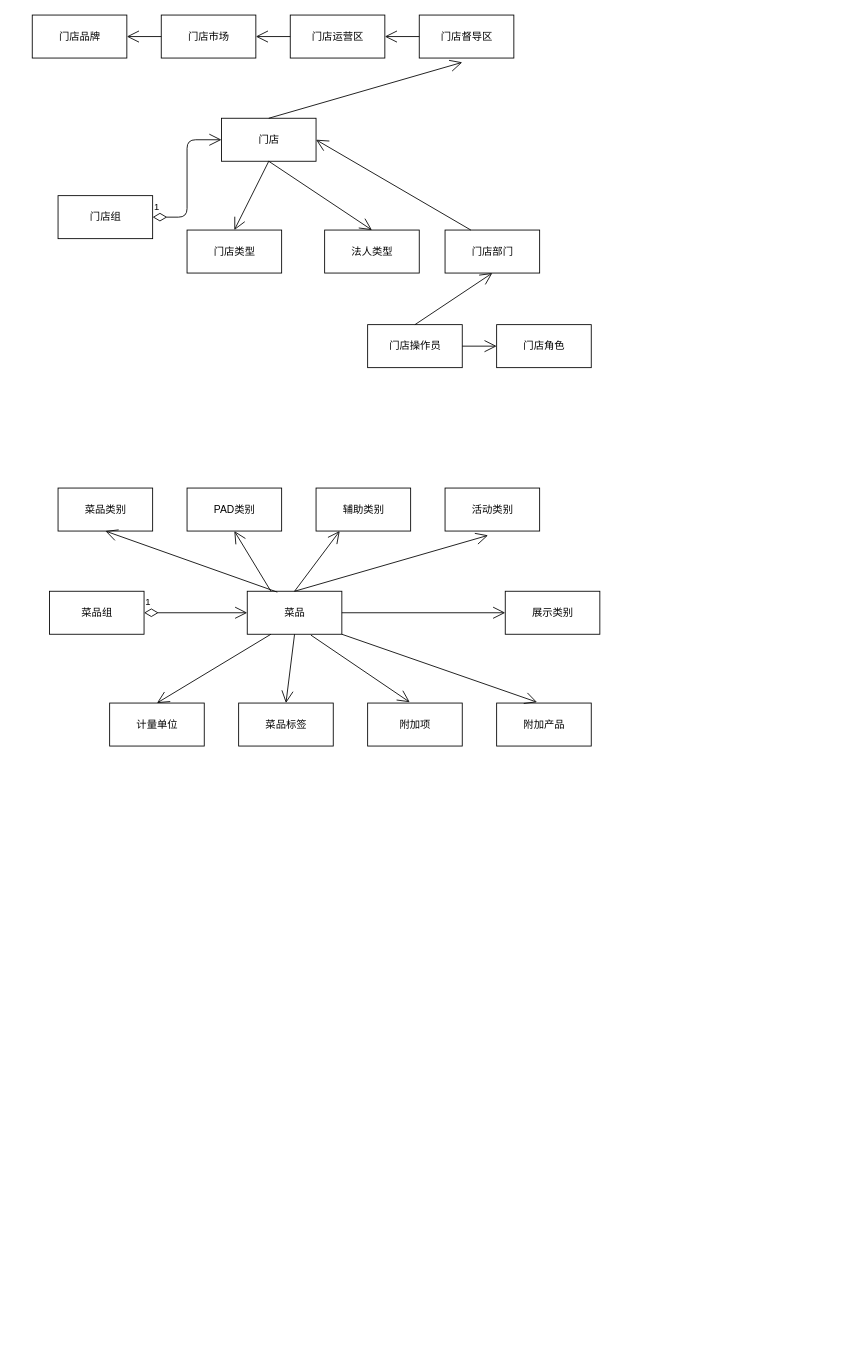
Before: 门店菜品模型.drawio in liuchenwei2000/diagram, a draw.io diagram. Source tidied: cells renumbered, new cells numbered last; positions are measured from the earlier drawing's top-left corner, leaving out a move shared by most shapes. Both pictures are drawn from the tidied source at 86%, with x=0, y=0 at pixel (32, 15).
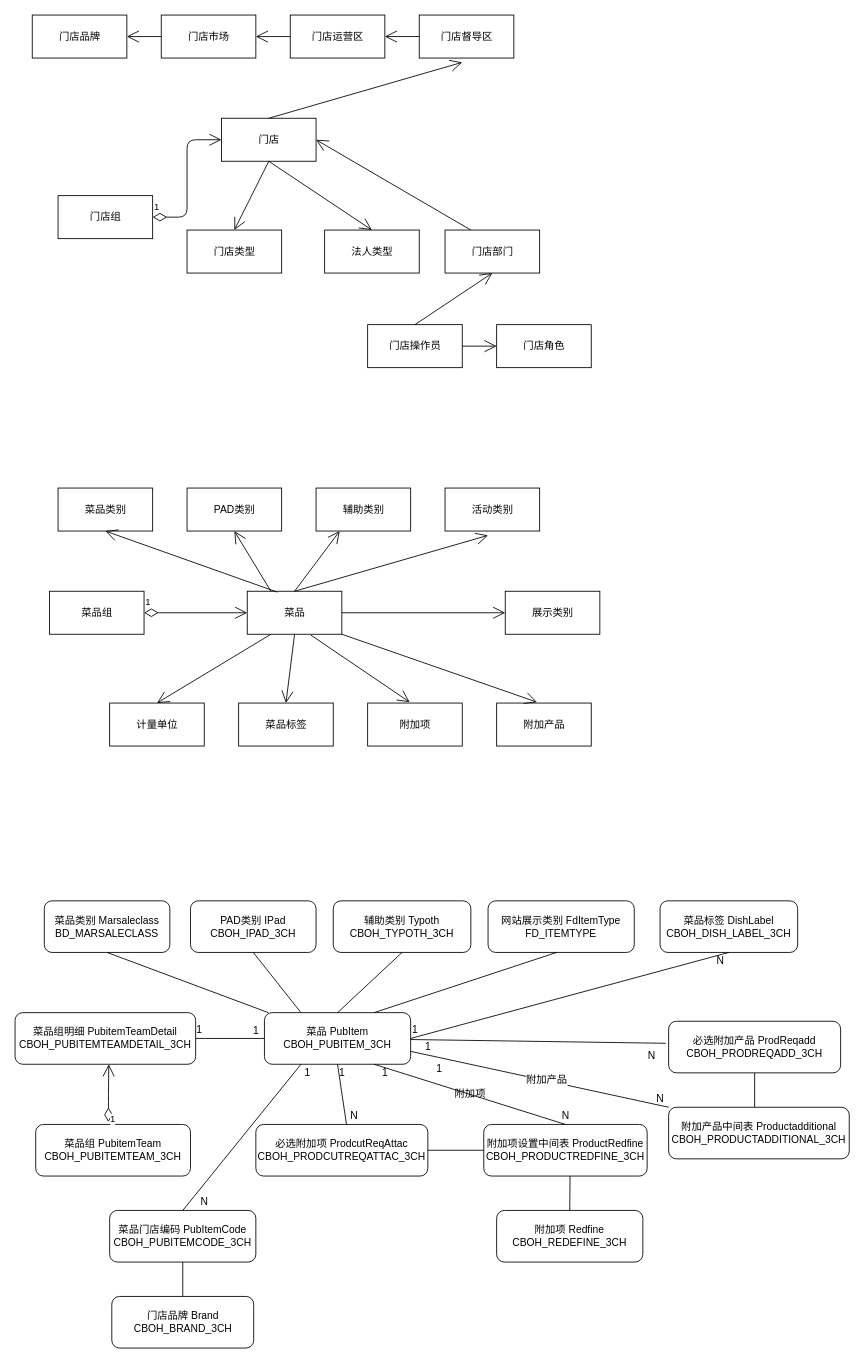
After the change.

Commit message:
Update 门店菜品模型.drawio

The edit, as a diff of the source:
```diff
@@
+    <mxCell id="44" value="PAD类别 IPad&lt;br&gt;CBOH_IPAD_3CH" style="rounded=1;whiteSpace=wrap;html=1;" parent="1" vertex="1">
+      <mxGeometry x="184" y="1030" width="146" height="60" as="geometry" />
+    </mxCell>
+    <mxCell id="45" value="菜品类别 Marsaleclass&lt;br&gt;BD_MARSALECLASS" style="rounded=1;whiteSpace=wrap;html=1;" parent="1" vertex="1">
+      <mxGeometry x="14" y="1030" width="146" height="60" as="geometry" />
+    </mxCell>
+    <mxCell id="46" value="辅助类别 Typoth&lt;br&gt;CBOH_TYPOTH_3CH" style="rounded=1;whiteSpace=wrap;html=1;" parent="1" vertex="1">
+      <mxGeometry x="350" y="1030" width="160" height="60" as="geometry" />
+    </mxCell>
+    <mxCell id="47" value="菜品组 PubitemTeam&lt;br&gt;CBOH_PUBITEMTEAM_3CH" style="rounded=1;whiteSpace=wrap;html=1;" parent="1" vertex="1">
+      <mxGeometry x="4" y="1290" width="180" height="60" as="geometry" />
+    </mxCell>
+    <mxCell id="48" value="门店品牌&amp;nbsp;Brand&lt;br&gt;CBOH_BRAND_3CH" style="rounded=1;whiteSpace=wrap;html=1;" parent="1" vertex="1">
+      <mxGeometry x="92.5" y="1490" width="165" height="60" as="geometry" />
+    </mxCell>
+    <mxCell id="49" value="菜品 PubItem&lt;br&gt;CBOH_PUBITEM_3CH" style="rounded=1;whiteSpace=wrap;html=1;" parent="1" vertex="1">
+      <mxGeometry x="270" y="1160" width="170" height="60" as="geometry" />
+    </mxCell>
+    <mxCell id="50" style="endArrow=none;html=1;exitX=0.5;exitY=0;exitDx=0;exitDy=0;entryX=0.5;entryY=1;entryDx=0;entryDy=0;" parent="1" edge="1" source="49" target="46">
+      <mxGeometry relative="1" as="geometry" />
+    </mxCell>
+    <mxCell id="51" value="网站展示类别 FdItemType&lt;br&gt;FD_ITEMTYPE" style="rounded=1;whiteSpace=wrap;html=1;" parent="1" vertex="1">
+      <mxGeometry x="530" y="1030" width="170" height="60" as="geometry" />
+    </mxCell>
+    <mxCell id="52" value="菜品标签&amp;nbsp;DishLabel&lt;br&gt;CBOH_DISH_LABEL_3CH" style="rounded=1;whiteSpace=wrap;html=1;" parent="1" vertex="1">
+      <mxGeometry x="730" y="1030" width="160" height="60" as="geometry" />
+    </mxCell>
+    <mxCell id="53" value="附加项 Redfine&lt;br&gt;CBOH_REDEFINE_3CH" style="rounded=1;whiteSpace=wrap;html=1;" parent="1" vertex="1">
+      <mxGeometry x="540" y="1390" width="170" height="60" as="geometry" />
+    </mxCell>
+    <mxCell id="54" style="endArrow=none;html=1;entryX=0.5;entryY=1;entryDx=0;entryDy=0;exitX=1;exitY=0.5;exitDx=0;exitDy=0;" parent="1" edge="1" source="49" target="52">
+      <mxGeometry relative="1" as="geometry" />
+    </mxCell>
+    <mxCell id="55" value="1" style="endArrow=open;html=1;endSize=12;startArrow=diamondThin;startSize=14;startFill=0;edgeStyle=orthogonalEdgeStyle;align=left;verticalAlign=bottom;exitX=0.47;exitY=-0.047;exitDx=0;exitDy=0;exitPerimeter=0;" parent="1" edge="1" source="47">
+      <mxGeometry x="0.07" y="40" relative="1" as="geometry">
+        <mxPoint x="89" y="1220" as="targetPoint" />
+        <mxPoint x="40" y="40" as="offset" />
+      </mxGeometry>
+    </mxCell>
+    <mxCell id="56" value="N" style="text;html=1;align=center;verticalAlign=middle;" parent="1" vertex="1">
+      <mxGeometry x="790" y="1090" width="20" height="20" as="geometry" />
+    </mxCell>
+    <mxCell id="57" value="1" style="text;html=1;align=center;verticalAlign=middle;" parent="1" vertex="1">
+      <mxGeometry x="435" y="1170" width="20" height="20" as="geometry" />
+    </mxCell>
+    <mxCell id="58" value="菜品门店编码 PubItemCode&lt;br&gt;CBOH_PUBITEMCODE_3CH" style="rounded=1;whiteSpace=wrap;html=1;" parent="1" vertex="1">
+      <mxGeometry x="90" y="1390" width="170" height="60" as="geometry" />
+    </mxCell>
+    <mxCell id="59" value="菜品组明细 PubitemTeamDetail&lt;br&gt;CBOH_PUBITEMTEAMDETAIL_3CH" style="rounded=1;whiteSpace=wrap;html=1;" parent="1" vertex="1">
+      <mxGeometry x="-20" y="1160" width="210" height="60" as="geometry" />
+    </mxCell>
+    <mxCell id="60" style="endArrow=none;html=1;exitX=1;exitY=0.5;exitDx=0;exitDy=0;entryX=0;entryY=0.5;entryDx=0;entryDy=0;" parent="1" edge="1" source="59" target="49">
+      <mxGeometry relative="1" as="geometry" />
+    </mxCell>
+    <mxCell id="61" value="1" style="text;html=1;align=center;verticalAlign=middle;labelBackgroundColor=#ffffff;" parent="60" vertex="1">
+      <mxGeometry x="0.56" y="-2" relative="1" as="geometry">
+        <mxPoint x="7.6" y="-12" as="offset" />
+      </mxGeometry>
+    </mxCell>
+    <mxCell id="62" value="1" style="text;html=1;align=center;verticalAlign=middle;" parent="1" vertex="1">
+      <mxGeometry x="184" y="1170" width="20" height="20" as="geometry" />
+    </mxCell>
+    <mxCell id="63" style="endArrow=none;html=1;entryX=0.5;entryY=1;entryDx=0;entryDy=0;" parent="1" edge="1" source="49" target="45">
+      <mxGeometry relative="1" as="geometry" />
+    </mxCell>
+    <mxCell id="64" style="endArrow=none;html=1;entryX=0.5;entryY=1;entryDx=0;entryDy=0;exitX=0.25;exitY=0;exitDx=0;exitDy=0;" parent="1" edge="1" source="49" target="44">
+      <mxGeometry relative="1" as="geometry" />
+    </mxCell>
+    <mxCell id="65" style="endArrow=none;html=1;entryX=0.472;entryY=0.997;entryDx=0;entryDy=0;entryPerimeter=0;exitX=0.75;exitY=0;exitDx=0;exitDy=0;" parent="1" edge="1" source="49" target="51">
+      <mxGeometry relative="1" as="geometry" />
+    </mxCell>
+    <mxCell id="66" style="endArrow=none;html=1;entryX=0.25;entryY=1;entryDx=0;entryDy=0;exitX=0.5;exitY=0;exitDx=0;exitDy=0;" parent="1" edge="1" source="58" target="49">
+      <mxGeometry relative="1" as="geometry" />
+    </mxCell>
+    <mxCell id="67" value="N" style="text;html=1;align=center;verticalAlign=middle;" parent="1" vertex="1">
+      <mxGeometry x="190" y="1370" width="20" height="20" as="geometry" />
+    </mxCell>
+    <mxCell id="68" value="1" style="text;html=1;align=center;verticalAlign=middle;" parent="1" vertex="1">
+      <mxGeometry x="310" y="1220" width="20" height="20" as="geometry" />
+    </mxCell>
+    <mxCell id="69" style="endArrow=none;html=1;entryX=0.5;entryY=1;entryDx=0;entryDy=0;" parent="1" edge="1" target="58">
+      <mxGeometry relative="1" as="geometry">
+        <mxPoint x="175" y="1490" as="sourcePoint" />
+      </mxGeometry>
+    </mxCell>
+    <mxCell id="70" value="必选附加项 ProdcutReqAttac&lt;br&gt;CBOH_PRODCUTREQATTAC_3CH" style="rounded=1;whiteSpace=wrap;html=1;" parent="1" vertex="1">
+      <mxGeometry x="260" y="1290" width="200" height="60" as="geometry" />
+    </mxCell>
+    <mxCell id="71" style="endArrow=none;html=1;entryX=0.5;entryY=1;entryDx=0;entryDy=0;exitX=0.527;exitY=0;exitDx=0;exitDy=0;exitPerimeter=0;" parent="1" edge="1" source="70" target="49">
+      <mxGeometry relative="1" as="geometry" />
+    </mxCell>
+    <mxCell id="72" value="1" style="text;html=1;align=center;verticalAlign=middle;" parent="1" vertex="1">
+      <mxGeometry x="350" y="1220" width="20" height="20" as="geometry" />
+    </mxCell>
+    <mxCell id="73" value="N" style="text;html=1;align=center;verticalAlign=middle;" parent="1" vertex="1">
+      <mxGeometry x="364" y="1270" width="20" height="20" as="geometry" />
+    </mxCell>
+    <mxCell id="74" value="附加项设置中间表 ProductRedfine&lt;br&gt;CBOH_PRODUCTREDFINE_3CH" style="rounded=1;whiteSpace=wrap;html=1;" parent="1" vertex="1">
+      <mxGeometry x="525" y="1290" width="190" height="60" as="geometry" />
+    </mxCell>
+    <mxCell id="75" style="endArrow=none;html=1;entryX=0.75;entryY=1;entryDx=0;entryDy=0;exitX=0.5;exitY=0;exitDx=0;exitDy=0;" parent="1" edge="1" source="74" target="49">
+      <mxGeometry relative="1" as="geometry" />
+    </mxCell>
+    <mxCell id="76" value="1" style="text;html=1;align=center;verticalAlign=middle;" parent="1" vertex="1">
+      <mxGeometry x="400" y="1220" width="20" height="20" as="geometry" />
+    </mxCell>
+    <mxCell id="77" value="N" style="text;html=1;align=center;verticalAlign=middle;" parent="1" vertex="1">
+      <mxGeometry x="610" y="1270" width="20" height="20" as="geometry" />
+    </mxCell>
+    <mxCell id="78" style="endArrow=none;html=1;entryX=0.528;entryY=1;entryDx=0;entryDy=0;entryPerimeter=0;exitX=0.5;exitY=0;exitDx=0;exitDy=0;" parent="1" edge="1" source="53" target="74">
+      <mxGeometry relative="1" as="geometry" />
+    </mxCell>
+    <mxCell id="79" style="endArrow=none;html=1;entryX=0;entryY=0.5;entryDx=0;entryDy=0;exitX=1;exitY=0.5;exitDx=0;exitDy=0;" parent="1" edge="1" source="70" target="74">
+      <mxGeometry relative="1" as="geometry" />
+    </mxCell>
+    <mxCell id="80" value="附加项" style="text;html=1;align=center;verticalAlign=middle;" parent="1" vertex="1">
+      <mxGeometry x="484" y="1245" width="50" height="20" as="geometry" />
+    </mxCell>
+    <mxCell id="81" value="必选附加产品 ProdReqadd&lt;br&gt;CBOH_PRODREQADD_3CH" style="rounded=1;whiteSpace=wrap;html=1;" parent="1" vertex="1">
+      <mxGeometry x="740" y="1170" width="200" height="60" as="geometry" />
+    </mxCell>
+    <mxCell id="82" style="endArrow=none;html=1;entryX=-0.017;entryY=0.427;entryDx=0;entryDy=0;entryPerimeter=0;" parent="1" edge="1" source="49" target="81">
+      <mxGeometry relative="1" as="geometry" />
+    </mxCell>
+    <mxCell id="83" value="1" style="text;html=1;align=center;verticalAlign=middle;" parent="1" vertex="1">
+      <mxGeometry x="450" y="1190" width="20" height="20" as="geometry" />
+    </mxCell>
+    <mxCell id="84" value="N" style="text;html=1;align=center;verticalAlign=middle;" parent="1" vertex="1">
+      <mxGeometry x="710" y="1200" width="20" height="20" as="geometry" />
+    </mxCell>
+    <mxCell id="85" value="附加产品中间表 Productadditional&lt;br&gt;CBOH_PRODUCTADDITIONAL_3CH" style="rounded=1;whiteSpace=wrap;html=1;" parent="1" vertex="1">
+      <mxGeometry x="740" y="1270" width="210" height="60" as="geometry" />
+    </mxCell>
+    <mxCell id="86" style="endArrow=none;html=1;" parent="1" edge="1">
+      <mxGeometry relative="1" as="geometry">
+        <mxPoint x="840" y="1270" as="sourcePoint" />
+        <mxPoint x="840" y="1230" as="targetPoint" />
+      </mxGeometry>
+    </mxCell>
+    <mxCell id="87" style="endArrow=none;html=1;entryX=1;entryY=0.75;entryDx=0;entryDy=0;exitX=0;exitY=0;exitDx=0;exitDy=0;" parent="1" edge="1" source="85" target="49">
+      <mxGeometry relative="1" as="geometry" />
+    </mxCell>
+    <mxCell id="88" value="附加产品" style="text;html=1;align=center;verticalAlign=middle;labelBackgroundColor=#ffffff;" parent="87" vertex="1">
+      <mxGeometry x="-0.05" y="-2" relative="1" as="geometry" />
+    </mxCell>
+    <mxCell id="89" value="1" style="text;html=1;align=center;verticalAlign=middle;" parent="1" vertex="1">
+      <mxGeometry x="463" y="1215" width="20" height="20" as="geometry" />
+    </mxCell>
+    <mxCell id="90" value="N" style="text;html=1;align=center;verticalAlign=middle;" parent="1" vertex="1">
+      <mxGeometry x="720" y="1250" width="20" height="20" as="geometry" />
+    </mxCell>
```
